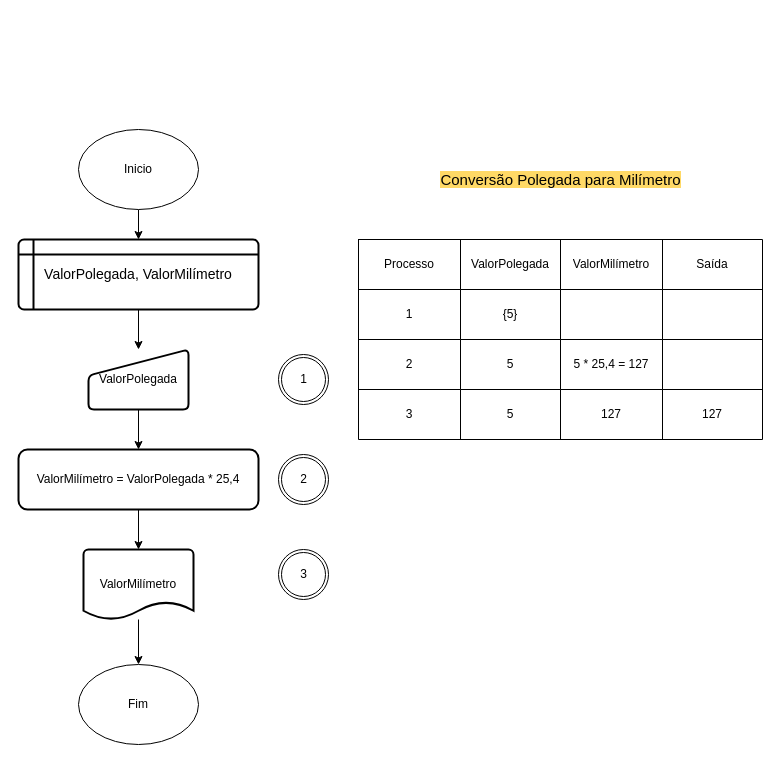
The draw.io diagram ex 1 fluxograma.drawio in DanielAraujo1116/fatec-Eletronica-1600732011040-Daniel, before the edit. Source tidied: cells renumbered, new cells numbered last; positions are measured from the earlier drawing's top-left corner, leaving out a move shared by most shapes. Both pictures are drawn from the tidied source at 100%, with x=0, y=0 at pixel (18, 129).
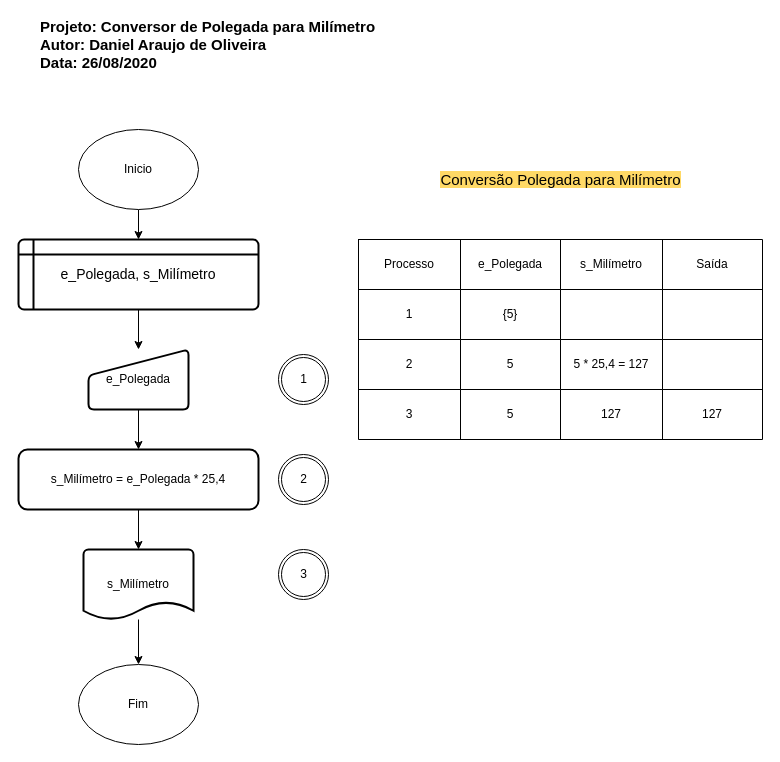
Above is the later version.

Unchanged cells that the change refers to:
```xml
<mxCell id="14" style="shape=partialRectangle;html=1;whiteSpace=wrap;fillColor=none;top=0;left=0;bottom=0;right=0;" parent="13" vertex="1">
  <mxGeometry width="404" height="50" as="geometry" />
</mxCell>
```

The edit, as a diff of the source:
```diff
@@
-    <mxCell id="5" value="ValorPolegada" style="html=1;strokeWidth=2;shape=manualInput;whiteSpace=wrap;rounded=1;size=26;arcSize=11;" parent="1" vertex="1">
+    <mxCell id="5" value="e_Polegada" style="html=1;strokeWidth=2;shape=manualInput;whiteSpace=wrap;rounded=1;size=26;arcSize=11;" parent="1" vertex="1">
       <mxGeometry x="70" y="220" width="100" height="60" as="geometry" />
     </mxCell>
@@
-    <mxCell id="7" value="&lt;span style=&quot;font-size: 14px&quot;&gt;ValorPolegada, ValorMilímetro&lt;/span&gt;" style="shape=internalStorage;whiteSpace=wrap;html=1;dx=15;dy=15;rounded=1;arcSize=8;strokeWidth=2;" parent="1" vertex="1">
+    <mxCell id="7" value="&lt;span style=&quot;font-size: 14px&quot;&gt;e_Polegada, s_Milímetro&lt;/span&gt;" style="shape=internalStorage;whiteSpace=wrap;html=1;dx=15;dy=15;rounded=1;arcSize=8;strokeWidth=2;" parent="1" vertex="1">
       <mxGeometry y="110" width="240" height="70" as="geometry" />
     </mxCell>
@@
-    <mxCell id="9" value="ValorMilímetro" style="strokeWidth=2;html=1;shape=mxgraph.flowchart.document2;whiteSpace=wrap;size=0.25;" parent="1" vertex="1">
+    <mxCell id="9" value="s_Milímetro" style="strokeWidth=2;html=1;shape=mxgraph.flowchart.document2;whiteSpace=wrap;size=0.25;" parent="1" vertex="1">
       <mxGeometry x="65" y="420" width="110" height="70" as="geometry" />
     </mxCell>
@@
-    <mxCell id="11" value="ValorMilímetro = ValorPolegada * 25,4" style="rounded=1;whiteSpace=wrap;html=1;strokeWidth=2;" parent="1" vertex="1">
+    <mxCell id="11" value="s_Milímetro = e_Polegada * 25,4" style="rounded=1;whiteSpace=wrap;html=1;strokeWidth=2;" parent="1" vertex="1">
       <mxGeometry y="320" width="240" height="60" as="geometry" />
     </mxCell>
-    <mxCell id="12" value="Fim" style="ellipse;whiteSpace=wrap;html=1;" parent="1" vertex="1">
-      <mxGeometry x="60" y="535" width="120" height="80" as="geometry" />
-    </mxCell>
@@
-    <mxCell id="16" value="ValorPolegada" style="shape=partialRectangle;html=1;whiteSpace=wrap;overflow=hidden;fillColor=none;top=0;left=0;bottom=0;right=0;" parent="14" vertex="1">
+    <mxCell id="16" value="e_Polegada" style="shape=partialRectangle;html=1;whiteSpace=wrap;overflow=hidden;fillColor=none;top=0;left=0;bottom=0;right=0;" parent="14" vertex="1">
       <mxGeometry x="102" width="100" height="50" as="geometry" />
     </mxCell>
-    <mxCell id="17" value="ValorMilímetro" style="shape=partialRectangle;html=1;whiteSpace=wrap;overflow=hidden;fillColor=none;top=0;left=0;bottom=0;right=0;" parent="14" vertex="1">
+    <mxCell id="17" value="s_Milímetro" style="shape=partialRectangle;html=1;whiteSpace=wrap;overflow=hidden;fillColor=none;top=0;left=0;bottom=0;right=0;" parent="14" vertex="1">
       <mxGeometry x="202" width="102" height="50" as="geometry" />
     </mxCell>
@@
+    <mxCell id="12" value="Fim" style="ellipse;whiteSpace=wrap;html=1;" parent="1" vertex="1">
+      <mxGeometry x="60" y="535" width="120" height="80" as="geometry" />
+    </mxCell>
@@
+    <mxCell id="41" value="&lt;b style=&quot;font-size: 15px&quot;&gt;Projeto: Conversor de Polegada para Milímetro&lt;br&gt;Autor: Daniel Araujo de Oliveira&lt;br&gt;Data: 26/08/2020&lt;/b&gt;" style="text;html=1;align=left;verticalAlign=middle;fillColor=none;strokeColor=none;rounded=0;" parent="1" vertex="1">
+      <mxGeometry x="20" y="-110" width="350" height="50" as="geometry" />
+    </mxCell>
```
